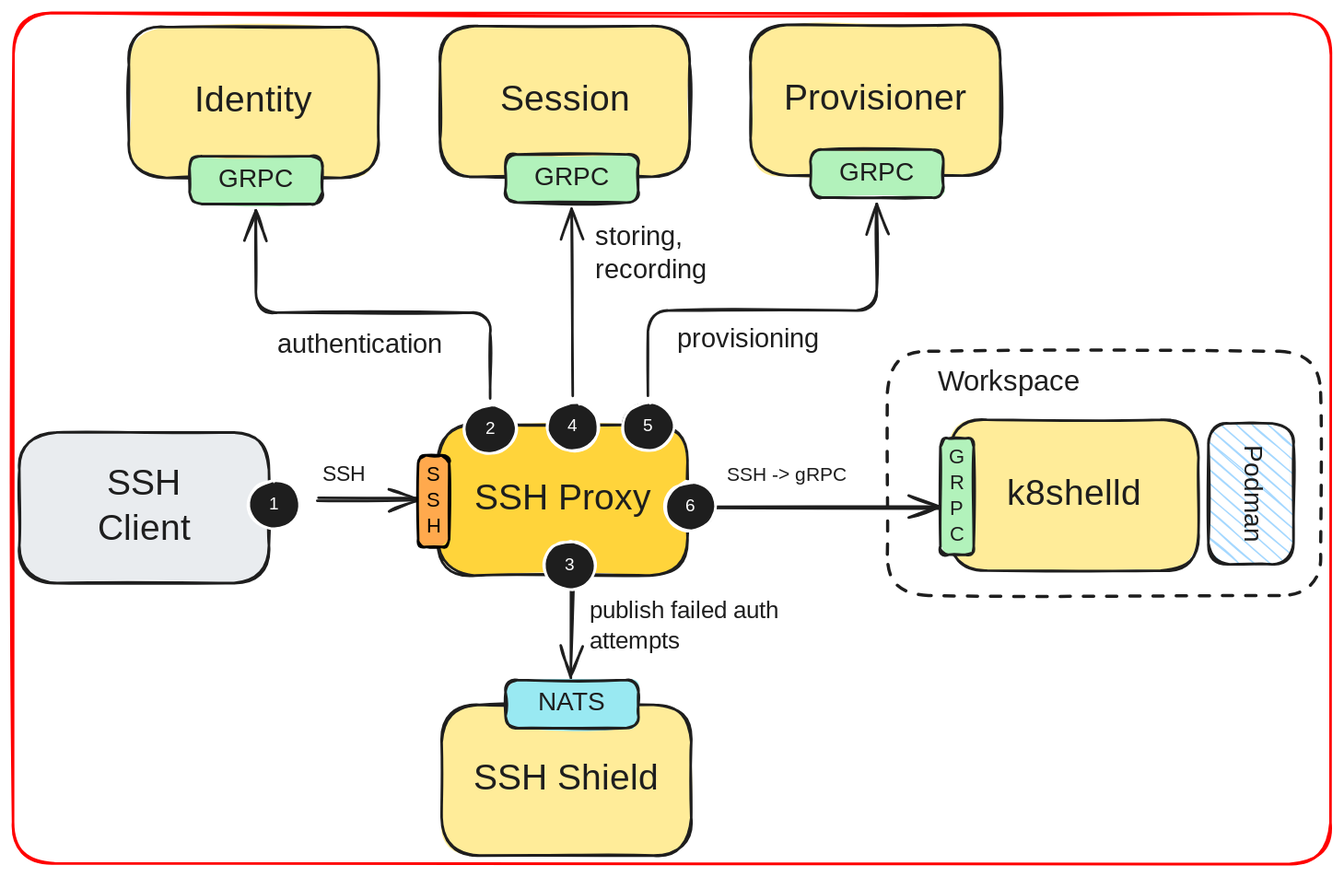
k8shell-io/docs keeps this Excalidraw diagram as drawings/ssh-architecture.excalidraw.svg. Above is the earlier version. Source tidied: one line per element, renumbered; positions are measured from the earlier drawing's top-left corner, leaving out a move shared by most shapes.
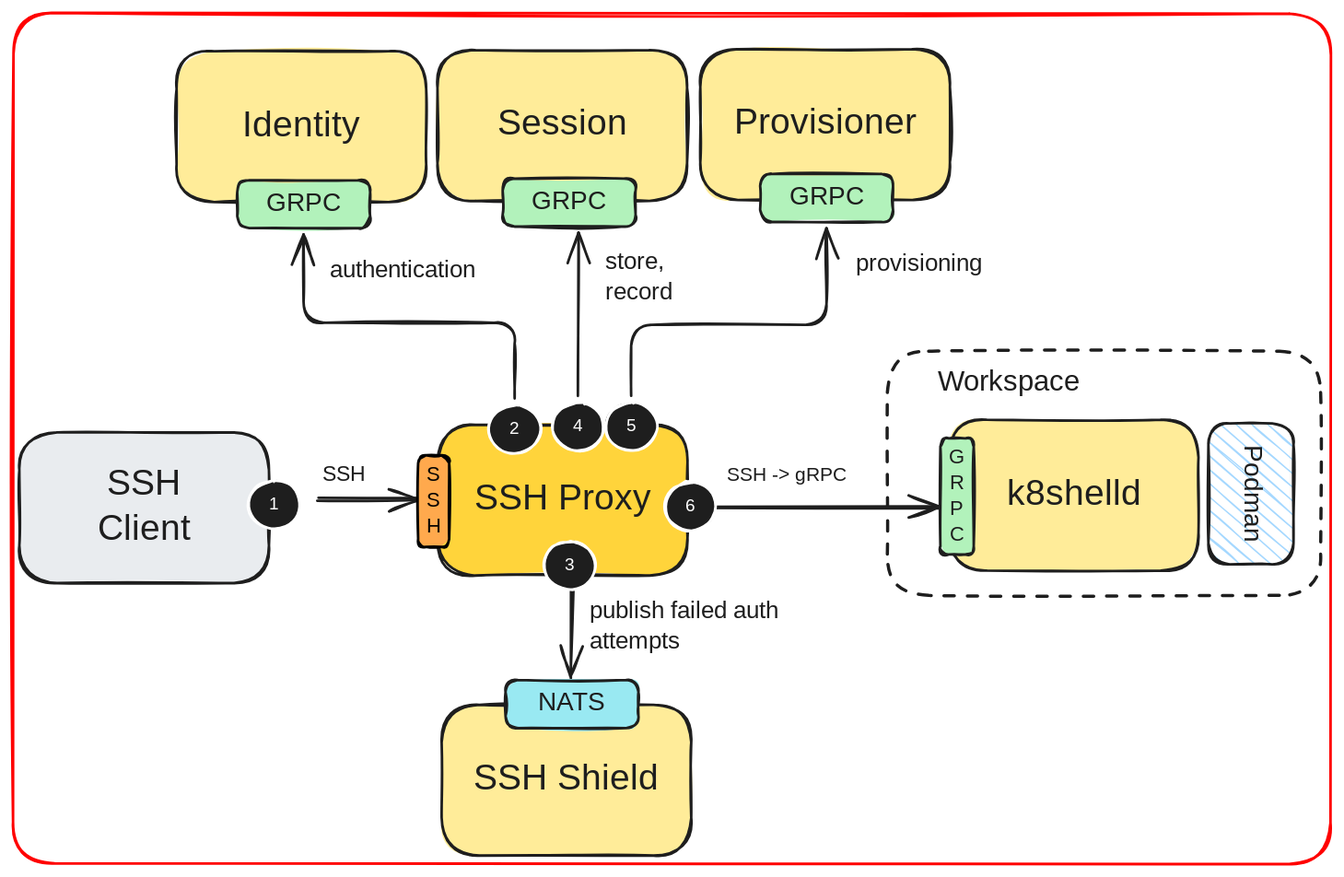
Above is the later version.

Commit message:
api server figure

The edit, as a diff of the source:
```diff
@@ -7,7 +7,7 @@
 {"id": 6, "type": "rectangle", "strokeColor": "#1e1e1e", "backgroundColor": "#e9ecef", "fillStyle": "solid", "strokeWidth": 2, "roughness": 1, "round": true, "x": 5, "y": 325, "width": 194, "height": 117}
 {"id": 7, "type": "text", "text": "SSH\nClient", "strokeColor": "#1e1e1e", "strokeWidth": 2, "roughness": 1, "fontSize": 28, "fontFamily": 5, "textAlign": "center", "verticalAlign": "middle", "inside": 6, "x": 67, "y": 349, "width": 68, "height": 70}
 {"id": 8, "type": "arrow", "strokeColor": "#1e1e1e", "backgroundColor": "#e9ecef", "fillStyle": "solid", "strokeWidth": 2, "roughness": 1, "endArrowhead": "arrow", "round": true, "from": 20, "to": 52, "x": 236, "y": 376, "width": 78, "height": 0, "points": [[0, 0], [78, 0]]}
-{"id": 9, "type": "arrow", "strokeColor": "#1e1e1e", "strokeWidth": 2, "roughness": 1, "endArrowhead": "arrow", "round": true, "from": 4, "to": 2, "x": 528, "y": 384, "width": 189, "height": 0, "points": [[0, 0], [189, 0]]}
+{"id": 9, "type": "arrow", "strokeColor": "#1e1e1e", "strokeWidth": 2, "roughness": 1, "endArrowhead": "arrow", "round": true, "from": 4, "to": 2, "x": 528, "y": 384, "width": 189, "height": 1, "points": [[0, 0], [189, -1]]}
 {"id": 10, "type": "text", "text": "SSH", "strokeColor": "#1e1e1e", "backgroundColor": "#ffd43b", "fillStyle": "solid", "strokeWidth": 2, "roughness": 1, "fontSize": 16.69, "fontFamily": 5, "x": 240, "y": 348, "width": 30, "height": 21}
 {"id": 11, "type": "text", "text": "SSH -> gRPC", "strokeColor": "#1e1e1e", "backgroundColor": "#ffd43b", "fillStyle": "solid", "strokeWidth": 2, "roughness": 1, "fontSize": 15.28, "fontFamily": 5, "x": 553, "y": 349, "width": 95, "height": 19}
 {"id": 12, "type": "rectangle", "strokeColor": "#1e1e1e", "strokeWidth": 2, "strokeStyle": "dashed", "roughness": 1, "round": true, "x": 678, "y": 262, "width": 336, "height": 189}
@@ -20,34 +20,34 @@
 {"id": 19, "type": "text", "text": "Podman", "strokeColor": "#1e1e1e", "angle": 1.57, "strokeWidth": 2, "roughness": 1, "fontSize": 20, "fontFamily": 5, "textAlign": "center", "verticalAlign": "middle", "inside": 18, "x": 924, "y": 360, "width": 73, "height": 25}
 {"id": 20, "type": "ellipse", "strokeColor": "#ffffff", "backgroundColor": "#1e1e1e", "fillStyle": "solid", "strokeWidth": 2, "roughness": 1, "round": true, "x": 183, "y": 362, "width": 40, "height": 38}
 {"id": 21, "type": "text", "text": "1", "strokeColor": "#ffffff", "backgroundColor": "#1e1e1e", "fillStyle": "solid", "strokeWidth": 2, "roughness": 1, "fontSize": 13.5, "fontFamily": 5, "textAlign": "center", "verticalAlign": "middle", "inside": 20, "x": 200, "y": 373, "width": 6, "height": 17}
-{"id": 22, "type": "ellipse", "strokeColor": "#ffffff", "backgroundColor": "#1e1e1e", "fillStyle": "solid", "strokeWidth": 2, "roughness": 1, "round": true, "x": 350, "y": 304, "width": 40, "height": 38}
+{"id": 22, "type": "ellipse", "strokeColor": "#ffffff", "backgroundColor": "#1e1e1e", "fillStyle": "solid", "strokeWidth": 2, "roughness": 1, "round": true, "x": 369, "y": 304, "width": 40, "height": 38}
-{"id": 23, "type": "text", "text": "2", "strokeColor": "#ffffff", "backgroundColor": "#1e1e1e", "fillStyle": "solid", "strokeWidth": 2, "roughness": 1, "fontSize": 13.5, "fontFamily": 5, "textAlign": "center", "verticalAlign": "middle", "inside": 22, "x": 365, "y": 314, "width": 9, "height": 17}
+{"id": 23, "type": "text", "text": "2", "strokeColor": "#ffffff", "backgroundColor": "#1e1e1e", "fillStyle": "solid", "strokeWidth": 2, "roughness": 1, "fontSize": 13.5, "fontFamily": 5, "textAlign": "center", "verticalAlign": "middle", "inside": 22, "x": 384, "y": 314, "width": 9, "height": 17}
-{"id": 24, "type": "ellipse", "strokeColor": "#ffffff", "backgroundColor": "#1e1e1e", "fillStyle": "solid", "strokeWidth": 2, "roughness": 1, "round": true, "x": 472, "y": 302, "width": 40, "height": 38}
+{"id": 24, "type": "ellipse", "strokeColor": "#ffffff", "backgroundColor": "#1e1e1e", "fillStyle": "solid", "strokeWidth": 2, "roughness": 1, "round": true, "x": 459, "y": 302, "width": 40, "height": 38}
-{"id": 25, "type": "text", "text": "5", "strokeColor": "#ffffff", "backgroundColor": "#1e1e1e", "fillStyle": "solid", "strokeWidth": 2, "roughness": 1, "fontSize": 13.5, "fontFamily": 5, "textAlign": "center", "verticalAlign": "middle", "inside": 24, "x": 488, "y": 312, "width": 8, "height": 17}
+{"id": 25, "type": "text", "text": "5", "strokeColor": "#ffffff", "backgroundColor": "#1e1e1e", "fillStyle": "solid", "strokeWidth": 2, "roughness": 1, "fontSize": 13.5, "fontFamily": 5, "textAlign": "center", "verticalAlign": "middle", "inside": 24, "x": 475, "y": 312, "width": 8, "height": 17}
 {"id": 26, "type": "ellipse", "strokeColor": "#ffffff", "backgroundColor": "#1e1e1e", "fillStyle": "solid", "strokeWidth": 2, "roughness": 1, "round": true, "x": 505, "y": 364, "width": 40, "height": 38}
 {"id": 27, "type": "text", "text": "6", "strokeColor": "#ffffff", "backgroundColor": "#1e1e1e", "fillStyle": "solid", "strokeWidth": 2, "roughness": 1, "fontSize": 13.5, "fontFamily": 5, "textAlign": "center", "verticalAlign": "middle", "inside": 26, "x": 521, "y": 374, "width": 9, "height": 17}
 {"id": 28, "type": "ellipse", "strokeColor": "#ffffff", "backgroundColor": "#1e1e1e", "fillStyle": "solid", "strokeWidth": 2, "roughness": 1, "round": true, "x": 412, "y": 410, "width": 40, "height": 38}
 {"id": 29, "type": "text", "text": "3", "strokeColor": "#ffffff", "backgroundColor": "#1e1e1e", "fillStyle": "solid", "strokeWidth": 2, "roughness": 1, "fontSize": 13.5, "fontFamily": 5, "textAlign": "center", "verticalAlign": "middle", "inside": 28, "x": 427, "y": 420, "width": 8, "height": 17}
-{"id": 30, "type": "arrow", "strokeColor": "#1e1e1e", "backgroundColor": "#b2f2bb", "fillStyle": "solid", "strokeWidth": 2, "roughness": 1, "endArrowhead": "arrow", "from": 24, "to": 45, "x": 492, "y": 297, "width": 177, "height": 149, "points": [[0, 0], [0, -66], [177, -66], [177, -149]]}
+{"id": 30, "type": "arrow", "strokeColor": "#1e1e1e", "backgroundColor": "#b2f2bb", "fillStyle": "solid", "strokeWidth": 2, "roughness": 1, "endArrowhead": "arrow", "from": 24, "to": 45, "x": 479, "y": 297, "width": 151, "height": 130, "points": [[0, 0], [0, -55], [151, -55], [151, -130]]}
-{"id": 31, "type": "ellipse", "strokeColor": "#ffffff", "backgroundColor": "#1e1e1e", "fillStyle": "solid", "strokeWidth": 2, "roughness": 1, "round": true, "x": 414, "y": 302, "width": 40, "height": 38}
+{"id": 31, "type": "ellipse", "strokeColor": "#ffffff", "backgroundColor": "#1e1e1e", "fillStyle": "solid", "strokeWidth": 2, "roughness": 1, "round": true, "x": 418, "y": 302, "width": 40, "height": 38}
-{"id": 32, "type": "text", "text": "4", "strokeColor": "#ffffff", "backgroundColor": "#1e1e1e", "fillStyle": "solid", "strokeWidth": 2, "roughness": 1, "fontSize": 13.5, "fontFamily": 5, "textAlign": "center", "verticalAlign": "middle", "inside": 31, "x": 430, "y": 312, "width": 8, "height": 17}
+{"id": 32, "type": "text", "text": "4", "strokeColor": "#ffffff", "backgroundColor": "#1e1e1e", "fillStyle": "solid", "strokeWidth": 2, "roughness": 1, "fontSize": 13.5, "fontFamily": 5, "textAlign": "center", "verticalAlign": "middle", "inside": 31, "x": 434, "y": 312, "width": 8, "height": 17}
-{"id": 33, "type": "arrow", "strokeColor": "#1e1e1e", "backgroundColor": "#b2f2bb", "fillStyle": "solid", "strokeWidth": 2, "roughness": 1, "endArrowhead": "arrow", "from": 31, "to": 43, "x": 434, "y": 297, "width": 1, "height": 145, "points": [[0, 0], [-1, -145]]}
+{"id": 33, "type": "arrow", "strokeColor": "#1e1e1e", "backgroundColor": "#b2f2bb", "fillStyle": "solid", "strokeWidth": 2, "roughness": 1, "endArrowhead": "arrow", "from": 31, "to": 43, "x": 438, "y": 297, "width": 0, "height": 127, "points": [[0, 0], [0, -127]]}
-{"id": 34, "type": "text", "text": "storing,\nrecording", "strokeColor": "#1e1e1e", "backgroundColor": "#ffd43b", "fillStyle": "solid", "strokeWidth": 2, "roughness": 1, "fontSize": 20.52, "fontFamily": 5, "x": 452, "y": 162, "width": 90, "height": 51}
+{"id": 34, "type": "text", "text": "store,\nrecord", "strokeColor": "#1e1e1e", "backgroundColor": "#ffd43b", "fillStyle": "solid", "strokeWidth": 2, "roughness": 1, "fontSize": 18.86, "fontFamily": 5, "x": 459, "y": 182, "width": 58, "height": 47}
-{"id": 35, "type": "rectangle", "strokeColor": "#1e1e1e", "backgroundColor": "#ffec99", "fillStyle": "solid", "strokeWidth": 2, "roughness": 1, "round": true, "x": 90, "y": 11, "width": 194, "height": 117}
+{"id": 35, "type": "rectangle", "strokeColor": "#1e1e1e", "backgroundColor": "#ffec99", "fillStyle": "solid", "strokeWidth": 2, "roughness": 1, "round": true, "x": 127, "y": 29, "width": 194, "height": 117}
-{"id": 36, "type": "text", "text": "Identity", "strokeColor": "#1e1e1e", "strokeWidth": 2, "roughness": 1, "fontSize": 28, "fontFamily": 5, "textAlign": "center", "verticalAlign": "middle", "inside": 35, "x": 129, "y": 52, "width": 115, "height": 35}
+{"id": 36, "type": "text", "text": "Identity", "strokeColor": "#1e1e1e", "strokeWidth": 2, "roughness": 1, "fontSize": 28, "fontFamily": 5, "textAlign": "center", "verticalAlign": "middle", "inside": 35, "x": 166, "y": 70, "width": 115, "height": 35}
+{"id": 41, "type": "rectangle", "strokeColor": "#1e1e1e", "backgroundColor": "#b2f2bb", "fillStyle": "solid", "strokeWidth": 2, "roughness": 1, "round": true, "x": 174, "y": 129, "width": 103, "height": 37}
+{"id": 42, "type": "text", "text": "GRPC", "strokeColor": "#1e1e1e", "strokeWidth": 2, "roughness": 1, "fontSize": 19.84, "fontFamily": 5, "textAlign": "center", "verticalAlign": "middle", "inside": 41, "x": 197, "y": 136, "width": 56, "height": 25}
-{"id": 37, "type": "rectangle", "strokeColor": "#1e1e1e", "backgroundColor": "#ffec99", "fillStyle": "solid", "strokeWidth": 2, "roughness": 1, "round": true, "x": 331, "y": 10, "width": 194, "height": 117}
+{"id": 37, "type": "rectangle", "strokeColor": "#1e1e1e", "backgroundColor": "#ffec99", "fillStyle": "solid", "strokeWidth": 2, "roughness": 1, "round": true, "x": 329, "y": 29, "width": 194, "height": 117}
-{"id": 38, "type": "text", "text": "Session", "strokeColor": "#1e1e1e", "strokeWidth": 2, "roughness": 1, "fontSize": 28, "fontFamily": 5, "textAlign": "center", "verticalAlign": "middle", "inside": 37, "x": 377, "y": 51, "width": 101, "height": 35}
+{"id": 38, "type": "text", "text": "Session", "strokeColor": "#1e1e1e", "strokeWidth": 2, "roughness": 1, "fontSize": 28, "fontFamily": 5, "textAlign": "center", "verticalAlign": "middle", "inside": 37, "x": 375, "y": 70, "width": 101, "height": 35}
+{"id": 43, "type": "rectangle", "strokeColor": "#1e1e1e", "backgroundColor": "#b2f2bb", "fillStyle": "solid", "strokeWidth": 2, "roughness": 1, "round": true, "x": 380, "y": 128, "width": 103, "height": 37}
+{"id": 44, "type": "text", "text": "GRPC", "strokeColor": "#1e1e1e", "strokeWidth": 2, "roughness": 1, "fontSize": 19.84, "fontFamily": 5, "textAlign": "center", "verticalAlign": "middle", "inside": 43, "x": 403, "y": 134, "width": 56, "height": 25}
-{"id": 39, "type": "rectangle", "strokeColor": "#1e1e1e", "backgroundColor": "#ffec99", "fillStyle": "solid", "strokeWidth": 2, "roughness": 1, "round": true, "x": 572, "y": 9, "width": 194, "height": 117}
+{"id": 39, "type": "rectangle", "strokeColor": "#1e1e1e", "backgroundColor": "#ffec99", "fillStyle": "solid", "strokeWidth": 2, "roughness": 1, "round": true, "x": 533, "y": 28, "width": 194, "height": 117}
-{"id": 40, "type": "text", "text": "Provisioner", "strokeColor": "#1e1e1e", "strokeWidth": 2, "roughness": 1, "fontSize": 28, "fontFamily": 5, "textAlign": "center", "verticalAlign": "middle", "inside": 39, "x": 594, "y": 50, "width": 150, "height": 35}
+{"id": 40, "type": "text", "text": "Provisioner", "strokeColor": "#1e1e1e", "strokeWidth": 2, "roughness": 1, "fontSize": 28, "fontFamily": 5, "textAlign": "center", "verticalAlign": "middle", "inside": 39, "x": 555, "y": 69, "width": 150, "height": 35}
-{"id": 41, "type": "rectangle", "strokeColor": "#1e1e1e", "backgroundColor": "#b2f2bb", "fillStyle": "solid", "strokeWidth": 2, "roughness": 1, "round": true, "x": 137, "y": 111, "width": 103, "height": 37}
-{"id": 42, "type": "text", "text": "GRPC", "strokeColor": "#1e1e1e", "strokeWidth": 2, "roughness": 1, "fontSize": 19.84, "fontFamily": 5, "textAlign": "center", "verticalAlign": "middle", "inside": 41, "x": 160, "y": 117, "width": 56, "height": 25}
-{"id": 43, "type": "rectangle", "strokeColor": "#1e1e1e", "backgroundColor": "#b2f2bb", "fillStyle": "solid", "strokeWidth": 2, "roughness": 1, "round": true, "x": 382, "y": 110, "width": 103, "height": 37}
-{"id": 44, "type": "text", "text": "GRPC", "strokeColor": "#1e1e1e", "strokeWidth": 2, "roughness": 1, "fontSize": 19.84, "fontFamily": 5, "textAlign": "center", "verticalAlign": "middle", "inside": 43, "x": 405, "y": 116, "width": 56, "height": 25}
-{"id": 45, "type": "rectangle", "strokeColor": "#1e1e1e", "backgroundColor": "#b2f2bb", "fillStyle": "solid", "strokeWidth": 2, "roughness": 1, "round": true, "x": 618, "y": 106, "width": 103, "height": 37}
+{"id": 45, "type": "rectangle", "strokeColor": "#1e1e1e", "backgroundColor": "#b2f2bb", "fillStyle": "solid", "strokeWidth": 2, "roughness": 1, "round": true, "x": 579, "y": 125, "width": 103, "height": 37}
-{"id": 46, "type": "text", "text": "GRPC", "strokeColor": "#1e1e1e", "strokeWidth": 2, "roughness": 1, "fontSize": 19.84, "fontFamily": 5, "textAlign": "center", "verticalAlign": "middle", "inside": 45, "x": 642, "y": 112, "width": 56, "height": 25}
+{"id": 46, "type": "text", "text": "GRPC", "strokeColor": "#1e1e1e", "strokeWidth": 2, "roughness": 1, "fontSize": 19.84, "fontFamily": 5, "textAlign": "center", "verticalAlign": "middle", "inside": 45, "x": 603, "y": 131, "width": 56, "height": 25}
-{"id": 47, "type": "text", "text": " provisioning", "strokeColor": "#1e1e1e", "backgroundColor": "#ffd43b", "fillStyle": "solid", "strokeWidth": 2, "roughness": 1, "fontSize": 20.52, "fontFamily": 5, "x": 509, "y": 241, "width": 122, "height": 26}
+{"id": 47, "type": "text", "text": " provisioning", "strokeColor": "#1e1e1e", "backgroundColor": "#ffd43b", "fillStyle": "solid", "strokeWidth": 2, "roughness": 1, "fontSize": 18.86, "fontFamily": 5, "x": 649, "y": 183, "width": 112, "height": 24}
-{"id": 48, "type": "arrow", "strokeColor": "#1e1e1e", "backgroundColor": "#ffec99", "fillStyle": "solid", "strokeWidth": 2, "roughness": 1, "endArrowhead": "arrow", "from": 22, "to": 41, "x": 370, "y": 299, "width": 182, "height": 146, "points": [[0, 0], [0, -67], [-182, -67], [-182, -146]]}
+{"id": 48, "type": "arrow", "strokeColor": "#1e1e1e", "backgroundColor": "#ffec99", "fillStyle": "solid", "strokeWidth": 2, "roughness": 1, "endArrowhead": "arrow", "from": 22, "to": 41, "x": 389, "y": 299, "width": 164, "height": 127, "points": [[0, 0], [0, -59], [-164, -59], [-164, -127]]}
-{"id": 49, "type": "text", "text": "authentication", "strokeColor": "#1e1e1e", "backgroundColor": "#ffd43b", "fillStyle": "solid", "strokeWidth": 2, "roughness": 1, "fontSize": 20.52, "fontFamily": 5, "x": 205, "y": 245, "width": 146, "height": 26}
+{"id": 49, "type": "text", "text": "authentication", "strokeColor": "#1e1e1e", "backgroundColor": "#ffd43b", "fillStyle": "solid", "strokeWidth": 2, "roughness": 1, "fontSize": 18.86, "fontFamily": 5, "x": 246, "y": 188, "width": 134, "height": 24}
 {"id": 50, "type": "rectangle", "strokeColor": "#1e1e1e", "backgroundColor": "#99e9f2", "fillStyle": "solid", "strokeWidth": 2, "roughness": 1, "round": true, "x": 382, "y": 517, "width": 103, "height": 37}
 {"id": 51, "type": "text", "text": "NATS", "strokeColor": "#1e1e1e", "strokeWidth": 2, "roughness": 1, "fontSize": 19.84, "fontFamily": 5, "textAlign": "center", "verticalAlign": "middle", "inside": 50, "x": 407, "y": 523, "width": 54, "height": 25}
 {"id": 52, "type": "rectangle", "strokeColor": "#000000", "backgroundColor": "#ffa94d", "fillStyle": "solid", "strokeWidth": 2, "roughness": 1, "round": true, "x": 314, "y": 343, "width": 24, "height": 71}
```
